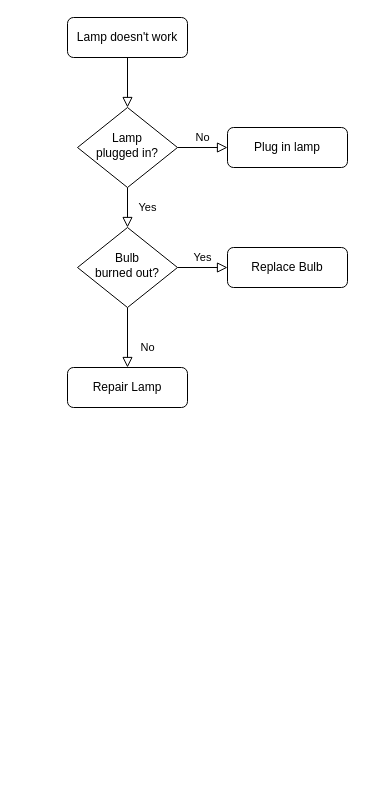
Before: Untitled Diagram.drawio in Antoninnnn/draw_illustration, a draw.io diagram. Source tidied: cells renumbered, new cells numbered last; positions are measured from the earlier drawing's top-left corner, leaving out a move shared by most shapes. Both pictures are drawn from the tidied source at 100%, with x=0, y=0 at pixel (67, 17).
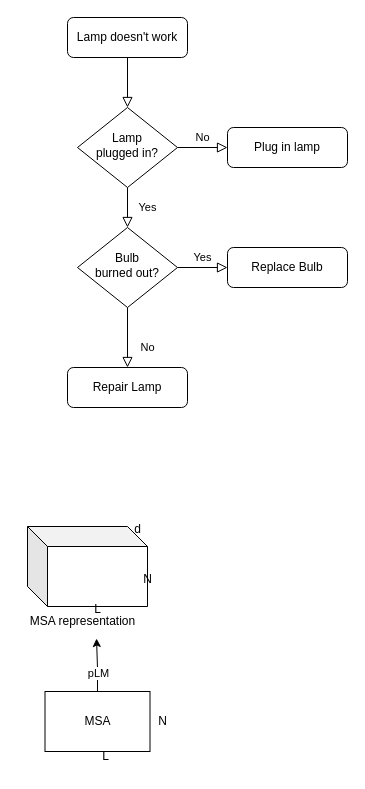
After the change.

Change to the diagram source:
```diff
@@
+    <mxCell id="13" style="shape=cube;whiteSpace=wrap;html=1;boundedLbl=1;backgroundOutline=1;darkOpacity=0.05;darkOpacity2=0.1;" parent="1" vertex="1">
+      <mxGeometry x="-40" y="509" width="120" height="80" as="geometry" />
+    </mxCell>
+    <mxCell id="14" value="MSA representation" style="text;html=1;align=center;verticalAlign=middle;points=[];strokeColor=none;fillColor=none;" parent="1" vertex="1">
+      <mxGeometry x="-50" y="589" width="130" height="30" as="geometry" />
+    </mxCell>
+    <mxCell id="15" value="L" style="text;html=1;align=center;verticalAlign=middle;strokeColor=none;fillColor=none;" parent="1" vertex="1">
+      <mxGeometry x="15" y="577" width="30" height="30" as="geometry" />
+    </mxCell>
+    <mxCell id="16" value="N" style="text;html=1;align=center;verticalAlign=middle;strokeColor=none;fillColor=none;" parent="1" vertex="1">
+      <mxGeometry x="65" y="547" width="30" height="30" as="geometry" />
+    </mxCell>
+    <mxCell id="17" value="d" style="text;html=1;align=center;verticalAlign=middle;strokeColor=none;fillColor=none;" parent="1" vertex="1">
+      <mxGeometry x="55" y="497" width="30" height="30" as="geometry" />
+    </mxCell>
+    <mxCell id="18" value="MSA" style="rounded=0;whiteSpace=wrap;html=1;" parent="1" vertex="1">
+      <mxGeometry x="-22.5" y="674" width="105" height="60" as="geometry" />
+    </mxCell>
+    <mxCell id="19" value="N" style="text;html=1;align=center;verticalAlign=middle;strokeColor=none;fillColor=none;" parent="1" vertex="1">
+      <mxGeometry x="80" y="689" width="30" height="30" as="geometry" />
+    </mxCell>
+    <mxCell id="20" value="L" style="text;html=1;align=center;verticalAlign=middle;strokeColor=none;fillColor=none;" parent="1" vertex="1">
+      <mxGeometry x="23" y="724" width="30" height="30" as="geometry" />
+    </mxCell>
+    <mxCell id="21" style="edgeStyle=orthogonalEdgeStyle;rounded=0;jettySize=auto;html=1;exitX=0.5;exitY=0;exitDx=0;exitDy=0;entryX=0.608;entryY=1.067;entryDx=0;entryDy=0;entryPerimeter=0;" parent="1" edge="1" source="18" target="14">
+      <mxGeometry relative="1" as="geometry">
+        <Array as="points">
+          <mxPoint x="33" y="651" />
+          <mxPoint x="30" y="651" />
+          <mxPoint x="30" y="629" />
+        </Array>
+      </mxGeometry>
+    </mxCell>
+    <mxCell id="22" value="pLM" style="edgeLabel;html=1;align=center;verticalAlign=middle;" parent="21" vertex="1">
+      <mxGeometry x="-0.36" y="1" relative="1" as="geometry">
+        <mxPoint x="1" as="offset" />
+      </mxGeometry>
+    </mxCell>
```
